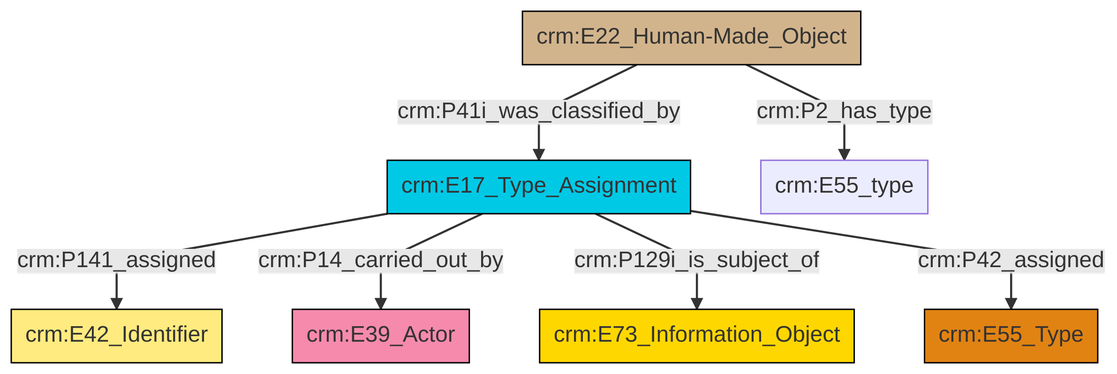
This is et/builtWorkCSV/ttl/mmd/png/Built_Work_designation_status.png from swiss-art-research-net/reference-data-models, a Mermaid export, as it was before one commit. Its source is kept beside it as et/builtWorkCSV/ttl/mmd/Built_Work_designation_status.ttl.mmd.
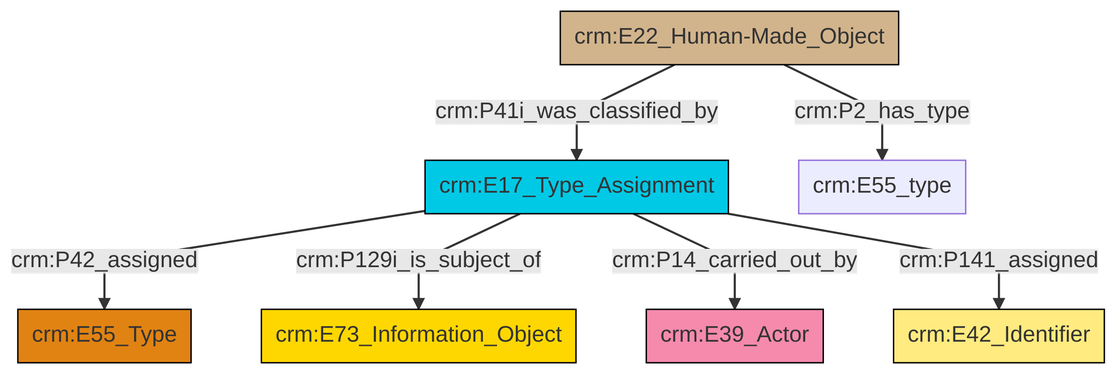
Later version of the same file.

What changed in the source:
```diff
@@ -13,9 +13,9 @@
 classDef PC_Classes fill:#4ce600, stroke:#000000;
 classDef Multi fill:#cccccc,stroke:#000000;
 
-0["crm:E22_Human-Made_Object"]:::Physical_Thing -->|crm:P41i_was_classified_by| 1["crm:E17_Type_Assignment"]:::Temporal_Entity
-1["crm:E17_Type_Assignment"]:::Temporal_Entity -->|crm:P141_assigned| 5["crm:E42_Identifier"]:::Appellation
-1["crm:E17_Type_Assignment"]:::Temporal_Entity -->|crm:P14_carried_out_by| 6["crm:E39_Actor"]:::Actor
-1["crm:E17_Type_Assignment"]:::Temporal_Entity -->|crm:P129i_is_subject_of| 12["crm:E73_Information_Object"]:::Conceptual_Object
-1["crm:E17_Type_Assignment"]:::Temporal_Entity -->|crm:P42_assigned| 7["crm:E55_Type"]:::Type
-0["crm:E22_Human-Made_Object"]:::Physical_Thing -->|crm:P2_has_type| 3["crm:E55_type"]:::Default
+0["crm:E17_Type_Assignment"]:::Temporal_Entity -->|crm:P42_assigned| 1["crm:E55_Type"]:::Type
+0["crm:E17_Type_Assignment"]:::Temporal_Entity -->|crm:P129i_is_subject_of| 2["crm:E73_Information_Object"]:::Conceptual_Object
+0["crm:E17_Type_Assignment"]:::Temporal_Entity -->|crm:P14_carried_out_by| 4["crm:E39_Actor"]:::Actor
+0["crm:E17_Type_Assignment"]:::Temporal_Entity -->|crm:P141_assigned| 5["crm:E42_Identifier"]:::Appellation
+8["crm:E22_Human-Made_Object"]:::Physical_Thing -->|crm:P41i_was_classified_by| 0["crm:E17_Type_Assignment"]:::Temporal_Entity
+8["crm:E22_Human-Made_Object"]:::Physical_Thing -->|crm:P2_has_type| 10["crm:E55_type"]:::Default
```
